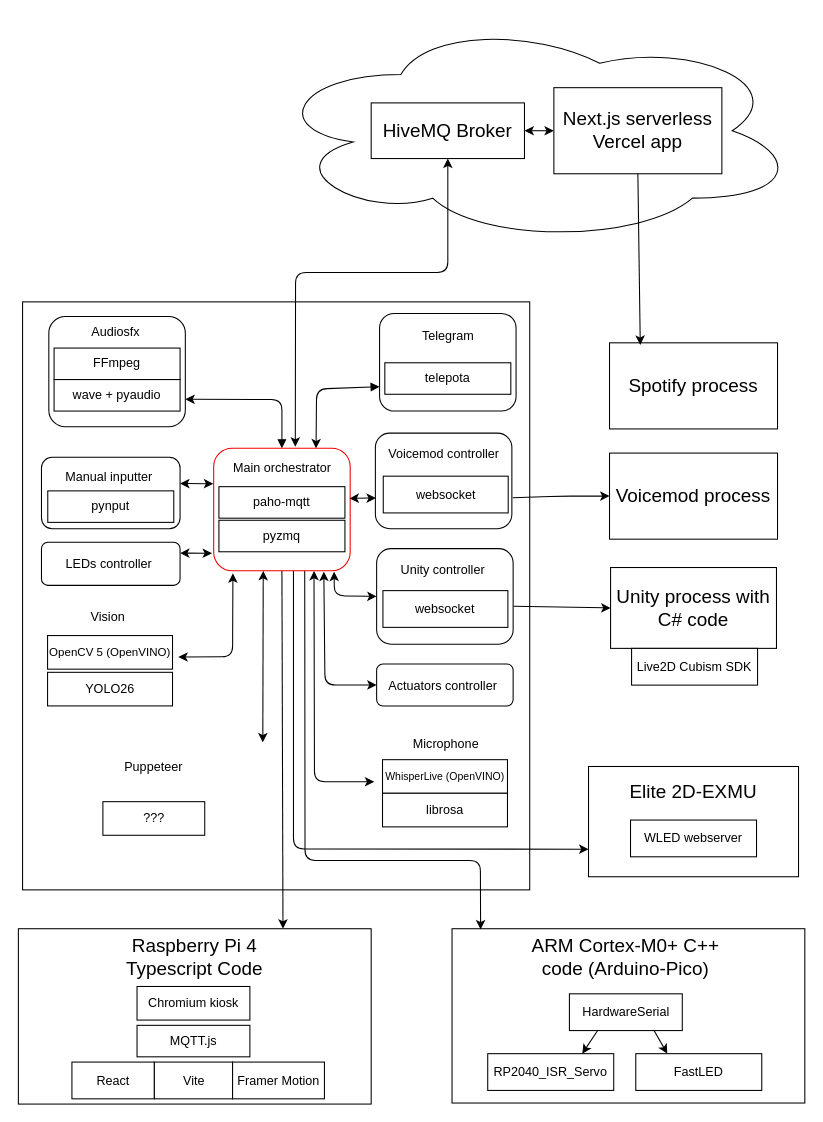
Before: Planning/Software.drawio in MekhyW/DYNAMO2-Electronic-Fursuit-3.0, a draw.io diagram. Source tidied: cells renumbered, new cells numbered last; positions are measured from the earlier drawing's top-left corner, leaving out a move shared by most shapes. Both pictures are drawn from the tidied source at 105%, with x=0, y=0 at pixel (18, 18).
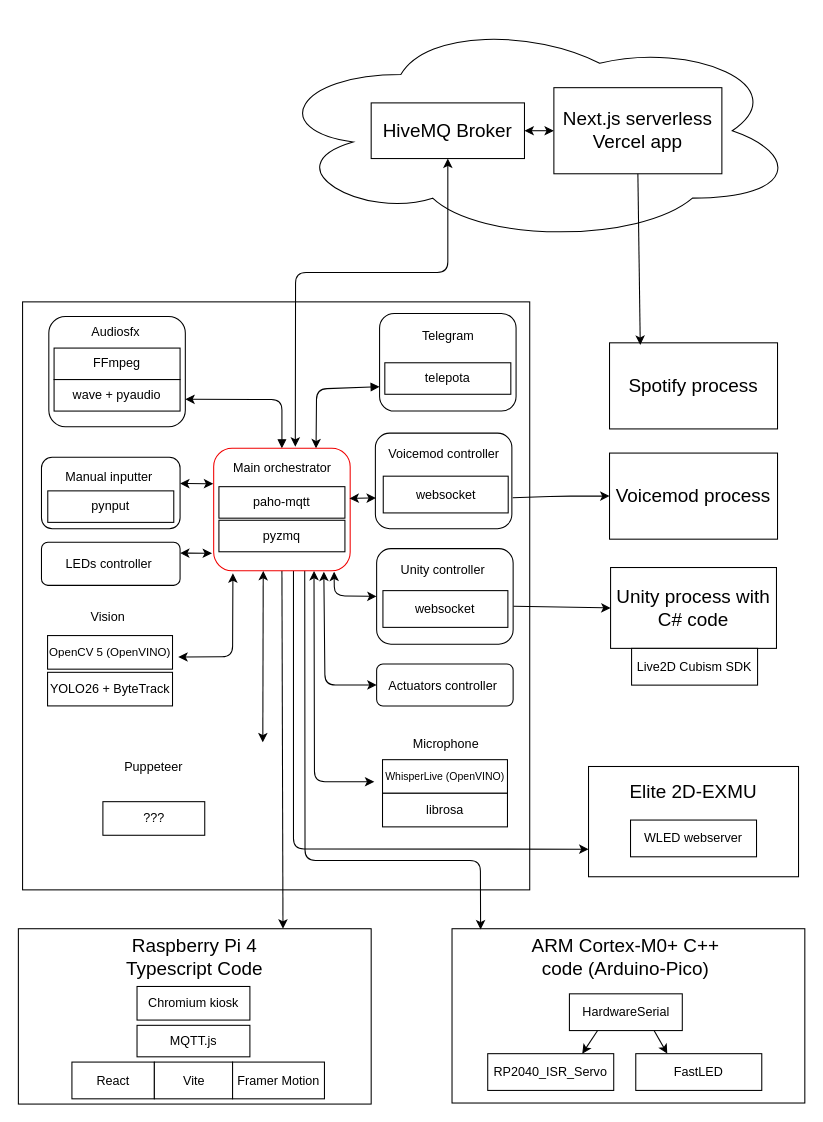
Above is the later version.

Change to the diagram source:
```diff
@@
-    <mxCell id="71" value="&lt;font style=&quot;font-size: 12px;&quot;&gt;YOLO26&lt;/font&gt;" style="rounded=0;whiteSpace=wrap;html=1;fontSize=12;" parent="1" vertex="1">
+    <mxCell id="71" value="&lt;font style=&quot;font-size: 12px;&quot;&gt;YOLO26 + ByteTrack&lt;/font&gt;" style="rounded=0;whiteSpace=wrap;html=1;fontSize=12;" parent="1" vertex="1">
       <mxGeometry x="27.8" y="622.8" width="119" height="32" as="geometry" />
     </mxCell>
```
